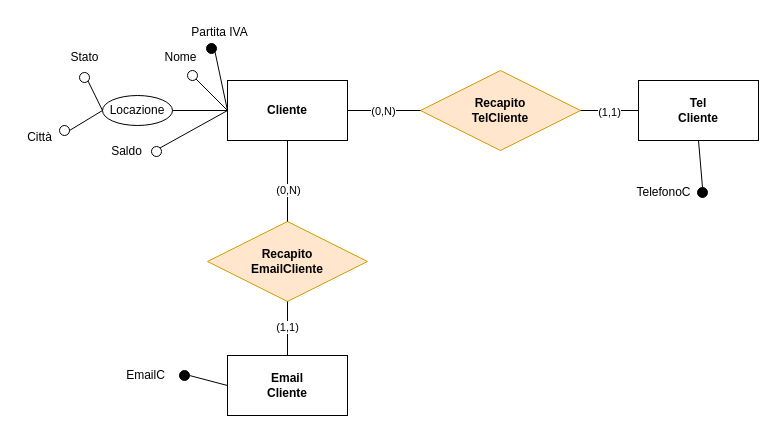
Before: Diagrammi/cliente multivalore.drawio in fedeStaffo/Progetto_Basi_di_dati, a draw.io diagram. Source tidied: cells renumbered, new cells numbered last; positions are measured from the earlier drawing's top-left corner, leaving out a move shared by most shapes. Both pictures are drawn from the tidied source at 100%, with x=0, y=0 at pixel (17, 17).
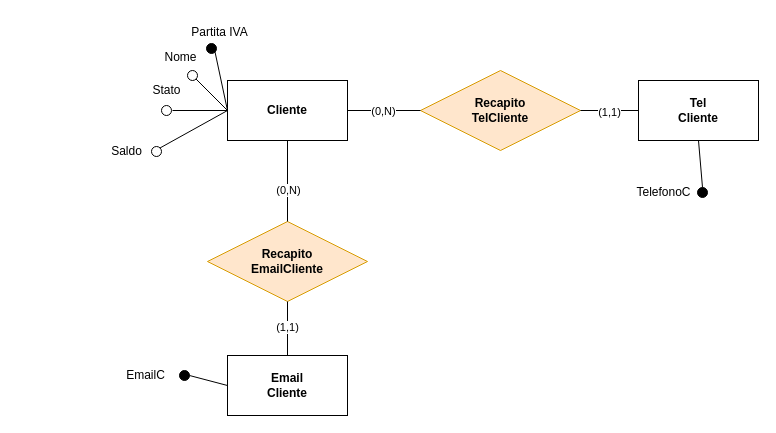
The same page after the edit.

Commit message (it also covers changes not shown here):
eliminato attributo città

The change refers to these unchanged cells:
```xml
<mxCell id="2" value="&lt;b&gt;Cliente&lt;/b&gt;" style="rounded=0;whiteSpace=wrap;html=1;" parent="1" vertex="1">
  <mxGeometry x="210" y="63" width="120" height="60" as="geometry" />
</mxCell>
```

Diff of the diagram source:
```diff
@@
     <mxCell id="6" style="ellipse;whiteSpace=wrap;html=1;" parent="1" vertex="1">
-      <mxGeometry x="62" y="55" width="10" height="10" as="geometry" />
+      <mxGeometry x="144" y="88" width="10" height="10" as="geometry" />
     </mxCell>
@@
-    <mxCell id="8" value="Locazione" style="ellipse;whiteSpace=wrap;html=1;fillColor=#FFFFFF;" parent="1" vertex="1">
-      <mxGeometry x="85" y="78" width="70" height="30" as="geometry" />
-    </mxCell>
     <mxCell id="9" value="Stato" style="text;html=1;align=center;verticalAlign=middle;strokeColor=none;fillColor=none;" parent="1" vertex="1">
-      <mxGeometry x="42" y="25" width="50" height="30" as="geometry" />
+      <mxGeometry x="124" y="58" width="50" height="30" as="geometry" />
     </mxCell>
-    <mxCell id="10" style="ellipse;whiteSpace=wrap;html=1;" parent="1" vertex="1">
-      <mxGeometry x="42" y="108" width="10" height="10" as="geometry" />
-    </mxCell>
@@
-    <mxCell id="13" style="endArrow=none;html=1;rounded=0;entryX=0;entryY=0.5;entryDx=0;entryDy=0;exitX=1;exitY=0.5;exitDx=0;exitDy=0;" parent="1" edge="1" source="8" target="2">
-      <mxGeometry relative="1" as="geometry" />
+    <mxCell id="13" style="endArrow=none;html=1;rounded=0;entryX=0;entryY=0.5;entryDx=0;entryDy=0;exitX=1;exitY=0.5;exitDx=0;exitDy=0;" parent="1" edge="1" target="2">
+      <mxGeometry relative="1" as="geometry">
+        <mxPoint x="155" y="93" as="sourcePoint" />
+      </mxGeometry>
     </mxCell>
@@
-    <mxCell id="16" style="endArrow=none;html=1;rounded=0;entryX=1;entryY=1;entryDx=0;entryDy=0;exitX=0;exitY=0.5;exitDx=0;exitDy=0;" parent="1" edge="1" source="8" target="6">
-      <mxGeometry relative="1" as="geometry" />
-    </mxCell>
-    <mxCell id="17" style="endArrow=none;html=1;rounded=0;entryX=1;entryY=0.5;entryDx=0;entryDy=0;exitX=0;exitY=0.5;exitDx=0;exitDy=0;" parent="1" edge="1" source="8" target="10">
-      <mxGeometry relative="1" as="geometry" />
-    </mxCell>
@@
-    <mxCell id="20" value="Città" style="text;html=1;align=center;verticalAlign=middle;strokeColor=none;fillColor=none;" parent="1" vertex="1">
-      <mxGeometry y="107" width="43" height="26" as="geometry" />
-    </mxCell>
```
